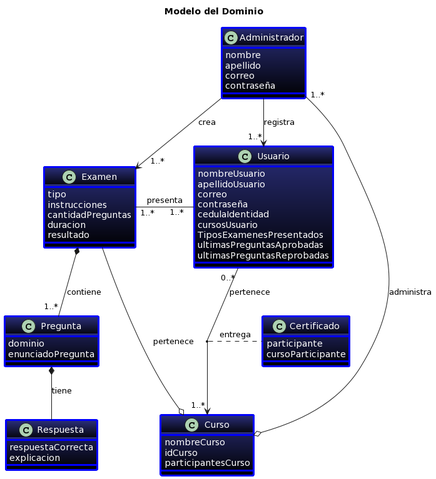
Before: docs/scenariosView/diagramaClasesDominio/Diagrama de clases.png, a diagram exported from PlantUML (febres35/EdTech_IS).
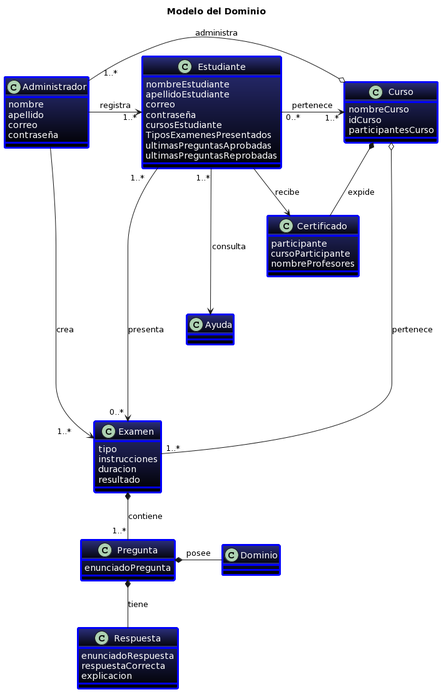
After the commit.

Commit message:
Nuevas cambios modelo del dominio Se agregaron las clases Ayuda y Dominio Se eliminaron atributos no requeridos

Change to the diagram source:
```diff
@@ -13,17 +13,19 @@
   correo
   contraseña
 }
-class Usuario{
-  nombreUsuario
-  apellidoUsuario
+class Estudiante{
+  nombreEstudiante
+  apellidoEstudiante
   correo
   contraseña
-  cedulaIdentidad
-  cursosUsuario
+  cursosEstudiante
   TiposExamenesPresentados
   ultimasPreguntasAprobadas
   ultimasPreguntasReprobadas
 }
+
+class Ayuda
+
 class Curso{
   nombreCurso
   idCurso
@@ -32,33 +34,39 @@
 class Examen{
   tipo
   instrucciones
-  cantidadPreguntas
   duracion
   resultado
 }
 class Pregunta{
-  dominio
   enunciadoPregunta
 }
+
+class Dominio
+
 class Respuesta{
+  enunciadoRespuesta
   respuestaCorrecta
   explicacion
 }
 class Certificado{
   participante
   cursoParticipante
+  nombreProfesores
 }
 
-Administrador -down-> "    1..*"Examen: crea
-Administrador -> "     1..*"Usuario: registra
-Administrador "1..*"-right-o Curso: administra
+Administrador -right-> "1..*       "Examen: crea
+Administrador -right-> "     1..*"Estudiante: registra
+Administrador "    1..*"-right-o Curso: administra
 
-Usuario "0..*"-->"    1..*"Curso: pertenece
-Usuario "1..*  "-left- "1..* "Examen: presenta
-(Usuario, Curso) .. Certificado: entrega
+Estudiante "0..*"-right->"    1..*"Curso: pertenece
+Estudiante "1..*   "-right-> "0..* "Examen: presenta
+Estudiante --> Certificado: recibe
+Estudiante "1..*"---> Ayuda: consulta
 
 Examen *-down- "1..*"Pregunta: contiene
-Pregunta *-- Respuesta: tiene
+Pregunta *-down- Respuesta: tiene
+Pregunta *-right- Dominio: posee
 
-Curso o-- Examen: pertenece
+Curso o----- "1..*"Examen: pertenece
+Curso *- Certificado: expide
 @enduml
```
